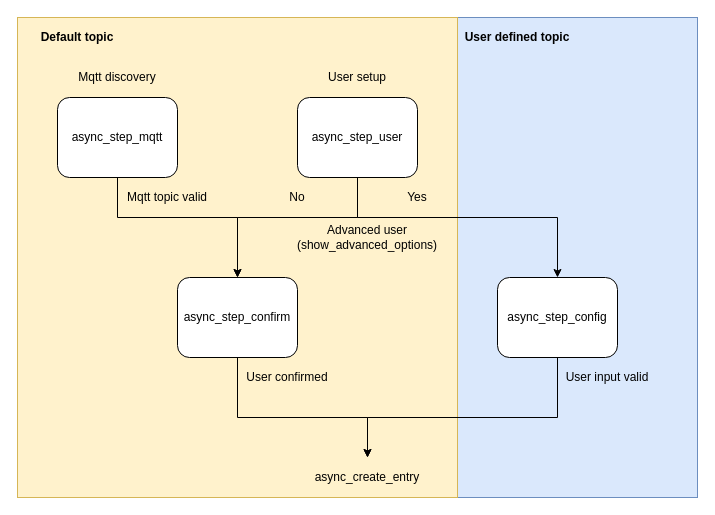
The draw.io diagram page "config_flow" (2 of 2) of schemas/HomeAssistant_cdem.drawio in vives-project-xp/low-voltage-UPS, before the edit. Source tidied: cells renumbered, new cells numbered last; positions are measured from the earlier drawing's top-left corner, leaving out a move shared by most shapes. Both pictures are drawn from the tidied source at 100%, with x=0, y=0 at pixel (17, 17).
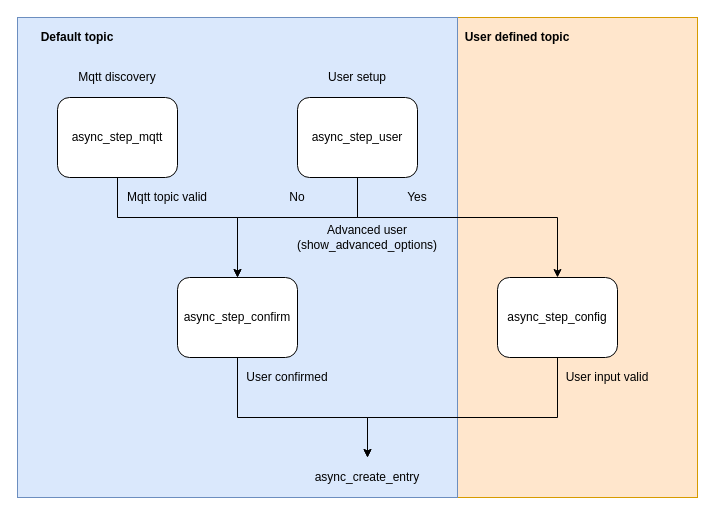
Above is the later version.

Change to the diagram source:
```diff
@@
-    <mxCell id="2" style="rounded=0;whiteSpace=wrap;html=1;fillColor=#dae8fc;strokeColor=#6c8ebf;" parent="1" vertex="1">
+    <mxCell id="2" style="rounded=0;whiteSpace=wrap;html=1;fillColor=#ffe6cc;strokeColor=#d79b00;" parent="1" vertex="1">
       <mxGeometry x="440" width="240" height="480" as="geometry" />
     </mxCell>
-    <mxCell id="3" style="rounded=0;whiteSpace=wrap;html=1;fillColor=#fff2cc;strokeColor=#d6b656;" parent="1" vertex="1">
+    <mxCell id="3" style="rounded=0;whiteSpace=wrap;html=1;fillColor=#dae8fc;strokeColor=#6c8ebf;" parent="1" vertex="1">
       <mxGeometry width="440" height="480" as="geometry" />
     </mxCell>
```
